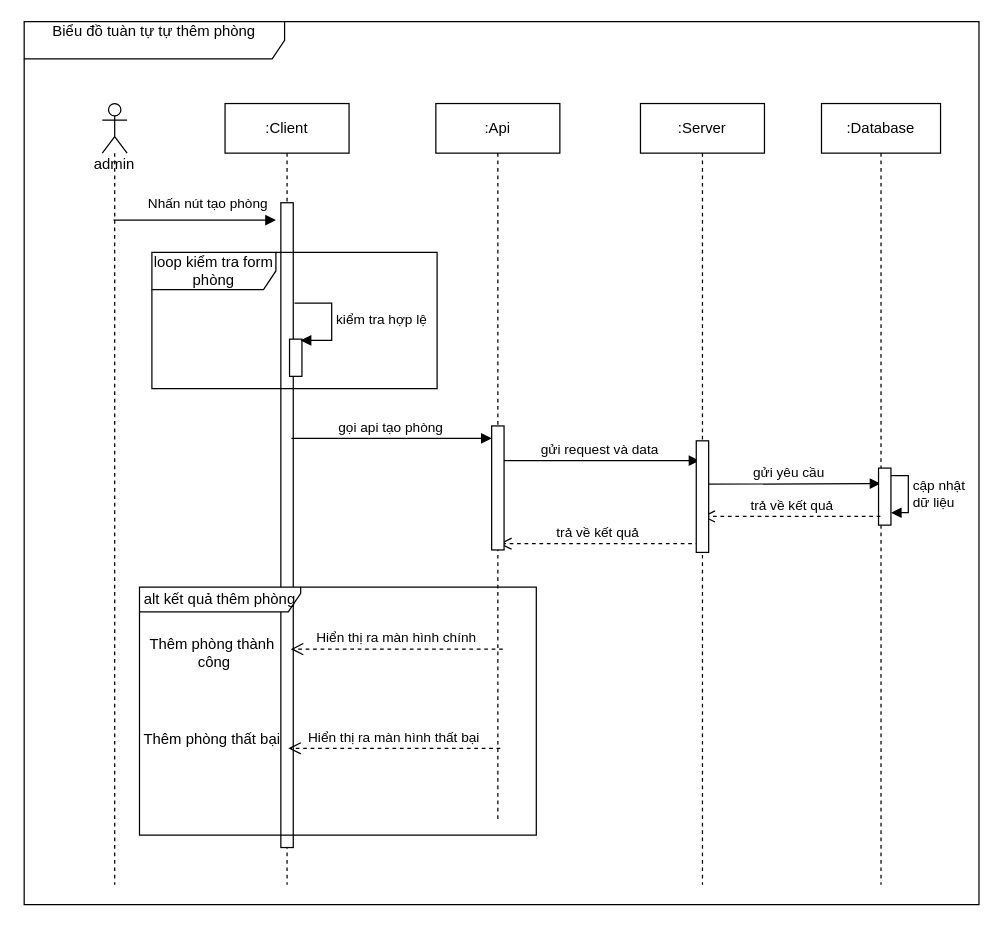
The draw.io diagram Dung~/Biểu đồ không có tiêu đề.drawio in KMA-TTCS-Nhom32/documents, before the edit. Source tidied: cells renumbered, new cells numbered last; positions are measured from the earlier drawing's top-left corner, leaving out a move shared by most shapes. Both pictures are drawn from the tidied source at 124%, with x=0, y=0 at pixel (21, 21).
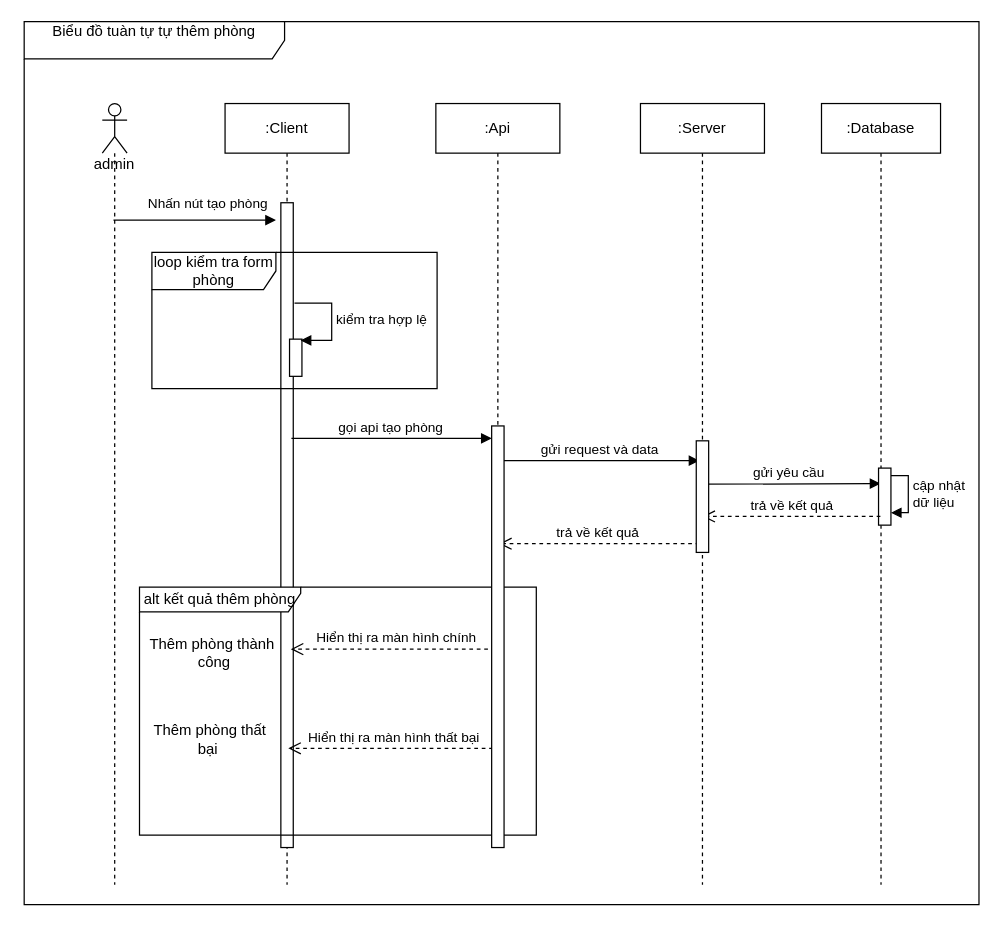
After the change.

Commit message:
Cập nhật thêm phòng.drawio

The edit, as a diff of the source:
```diff
@@
-    <mxCell id="18" value="&amp;nbsp; &amp;nbsp; &amp;nbsp; &amp;nbsp; &amp;nbsp; &amp;nbsp; &amp;nbsp; &amp;nbsp; &amp;nbsp; &amp;nbsp; &amp;nbsp; &amp;nbsp; &amp;nbsp; Thêm phòng thất bại" style="text;html=1;align=center;verticalAlign=middle;strokeColor=none;fillColor=none;" parent="1" vertex="1">
-      <mxGeometry y="564" width="220" height="30" as="geometry" />
+    <mxCell id="18" value="&amp;nbsp; &amp;nbsp; &amp;nbsp; &amp;nbsp; &amp;nbsp; &amp;nbsp; &amp;nbsp; &amp;nbsp; &amp;nbsp; &amp;nbsp; &amp;nbsp; &amp;nbsp; &amp;nbsp; Thêm phòng thất&amp;nbsp;&lt;div&gt;&amp;nbsp; &amp;nbsp; &amp;nbsp; &amp;nbsp; &amp;nbsp; &amp;nbsp; &amp;nbsp; &amp;nbsp; &amp;nbsp; &amp;nbsp; &amp;nbsp; &amp;nbsp; bại&lt;/div&gt;" style="text;html=1;align=center;verticalAlign=middle;strokeColor=none;fillColor=none;" parent="1" vertex="1">
+      <mxGeometry x="10" y="559" width="200" height="40" as="geometry" />
     </mxCell>
@@
     <mxCell id="25" style="html=1;perimeter=orthogonalPerimeter;targetShapes=umlLifeline;newEdgeStyle={&quot;curved&quot;:0,&quot;rounded&quot;:0};" parent="1" vertex="1">
-      <mxGeometry x="379" y="326" width="10" height="100" as="geometry" />
+      <mxGeometry x="379" y="326" width="10" height="340" as="geometry" />
     </mxCell>
```
